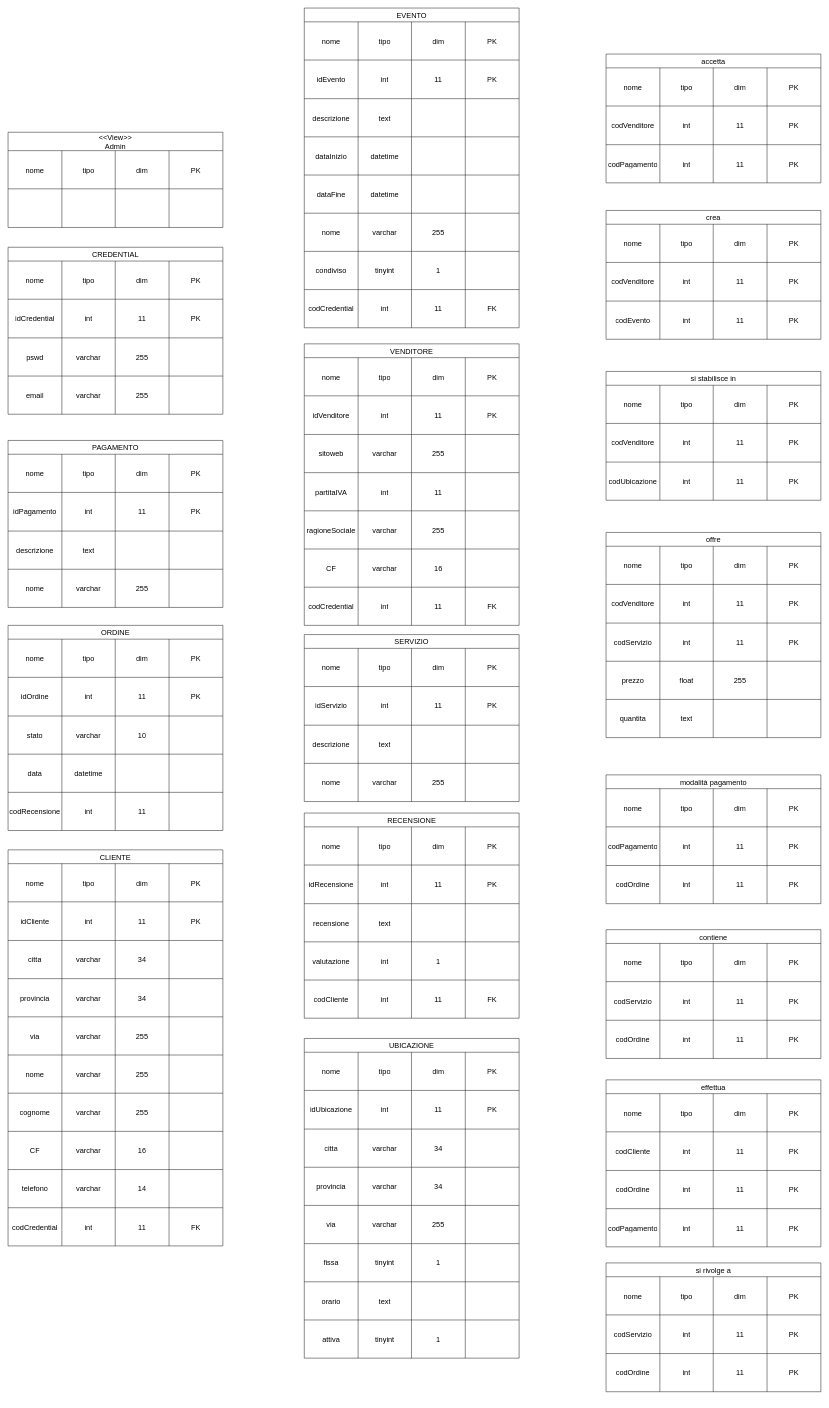
Above: doc_analisi/DiagrammaLogico_KM-0.drawio in SuperMauro1966/Km-0 (draw.io), before the change. Source tidied: cells renumbered, new cells numbered last; positions are measured from the earlier drawing's top-left corner, leaving out a move shared by most shapes. Both pictures are drawn from the tidied source at 46%, with x=0, y=0 at pixel (8, 8).
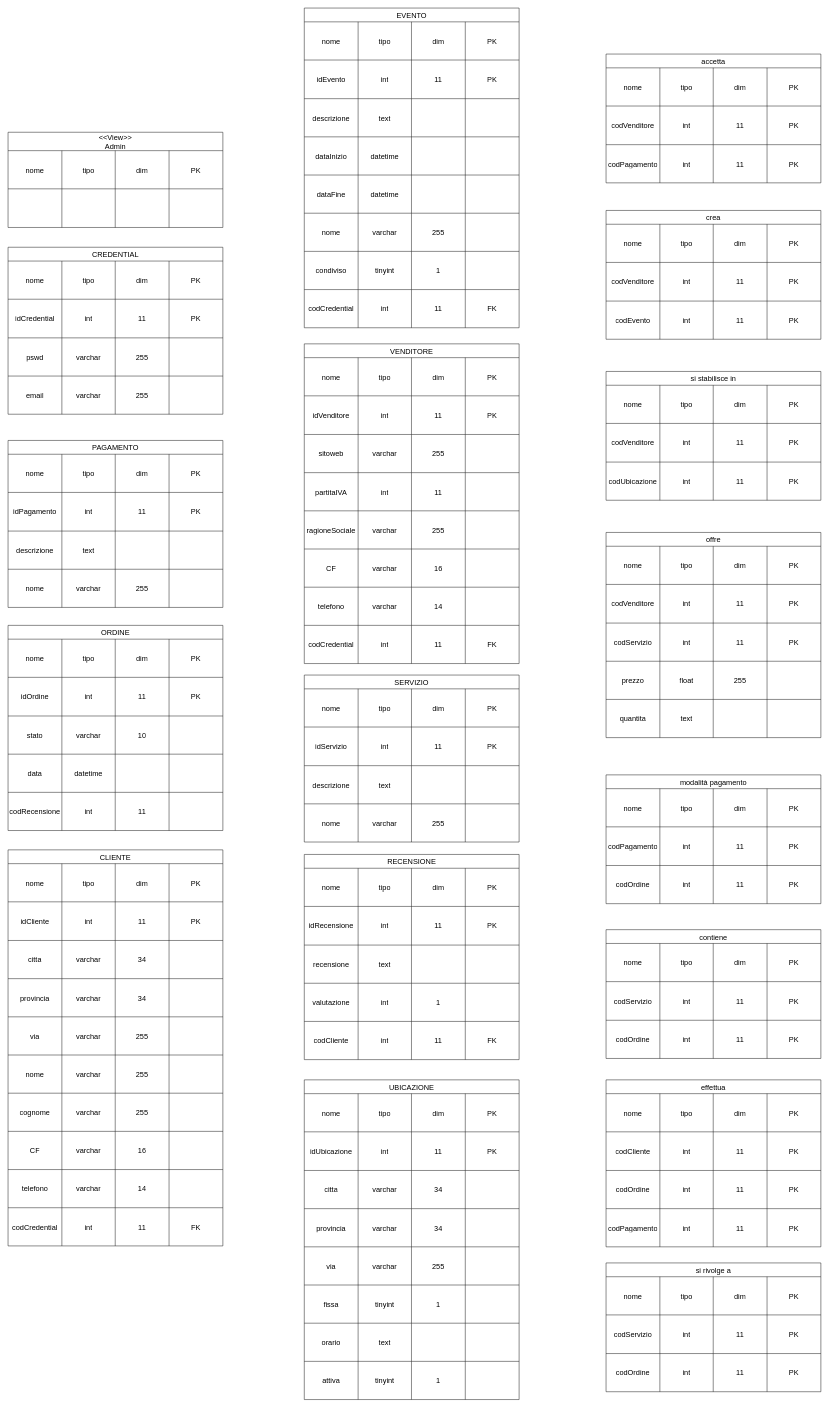
Above is the later version.

Commit message:
aggiunta del campo telefono nella tabella venditore

What changed in the source:
```diff
@@
     <mxCell id="96" value="VENDITORE" style="shape=table;startSize=30;childLayout=tableLayout;strokeColor=default;fontSize=16;" parent="1" vertex="1">
-      <mxGeometry x="644" y="730" width="467" height="612" as="geometry" />
+      <mxGeometry x="644" y="730" width="467" height="695" as="geometry" />
     </mxCell>
@@
+    <mxCell id="440" style="shape=tableRow;horizontal=0;startSize=0;swimlaneHead=0;swimlaneBody=0;strokeColor=inherit;top=0;left=0;bottom=0;right=0;fillColor=none;fontSize=16;" parent="96" vertex="1">
+      <mxGeometry y="529" width="467" height="83" as="geometry" />
+    </mxCell>
+    <mxCell id="441" value="telefono" style="shape=partialRectangle;html=1;whiteSpace=wrap;strokeColor=inherit;overflow=hidden;fillColor=none;top=0;left=0;bottom=0;right=0;fontSize=16;" parent="440" vertex="1">
+      <mxGeometry width="117" height="83" as="geometry" />
+    </mxCell>
+    <mxCell id="442" value="varchar" style="shape=partialRectangle;html=1;whiteSpace=wrap;strokeColor=inherit;overflow=hidden;fillColor=none;top=0;left=0;bottom=0;right=0;fontSize=16;" parent="440" vertex="1">
+      <mxGeometry x="117" width="116" height="83" as="geometry" />
+    </mxCell>
+    <mxCell id="443" value="14" style="shape=partialRectangle;html=1;whiteSpace=wrap;strokeColor=inherit;overflow=hidden;fillColor=none;top=0;left=0;bottom=0;right=0;fontSize=16;" parent="440" vertex="1">
+      <mxGeometry x="233" width="117" height="83" as="geometry" />
+    </mxCell>
+    <mxCell id="444" style="shape=partialRectangle;html=1;whiteSpace=wrap;strokeColor=inherit;overflow=hidden;fillColor=none;top=0;left=0;bottom=0;right=0;fontSize=16;" parent="440" vertex="1">
+      <mxGeometry x="350" width="117" height="83" as="geometry" />
+    </mxCell>
     <mxCell id="127" style="shape=tableRow;horizontal=0;startSize=0;swimlaneHead=0;swimlaneBody=0;strokeColor=inherit;top=0;left=0;bottom=0;right=0;fillColor=none;fontSize=16;" parent="96" vertex="1">
-      <mxGeometry y="529" width="467" height="83" as="geometry" />
+      <mxGeometry y="612" width="467" height="83" as="geometry" />
     </mxCell>
@@
     <mxCell id="132" value="SERVIZIO" style="shape=table;startSize=30;childLayout=tableLayout;strokeColor=default;fontSize=16;" parent="1" vertex="1">
-      <mxGeometry x="644" y="1362" width="467" height="363" as="geometry" />
+      <mxGeometry x="644" y="1450" width="467" height="363" as="geometry" />
     </mxCell>
@@
     <mxCell id="179" value="RECENSIONE" style="shape=table;startSize=30;childLayout=tableLayout;strokeColor=default;fontSize=16;" parent="1" vertex="1">
-      <mxGeometry x="644" y="1750" width="467" height="446" as="geometry" />
+      <mxGeometry x="644" y="1840" width="467" height="446" as="geometry" />
     </mxCell>
@@
     <mxCell id="256" value="UBICAZIONE" style="shape=table;startSize=30;childLayout=tableLayout;strokeColor=default;fontSize=16;" parent="1" vertex="1">
-      <mxGeometry x="644" y="2240" width="467" height="695" as="geometry" />
+      <mxGeometry x="644" y="2330" width="467" height="695" as="geometry" />
     </mxCell>
```
